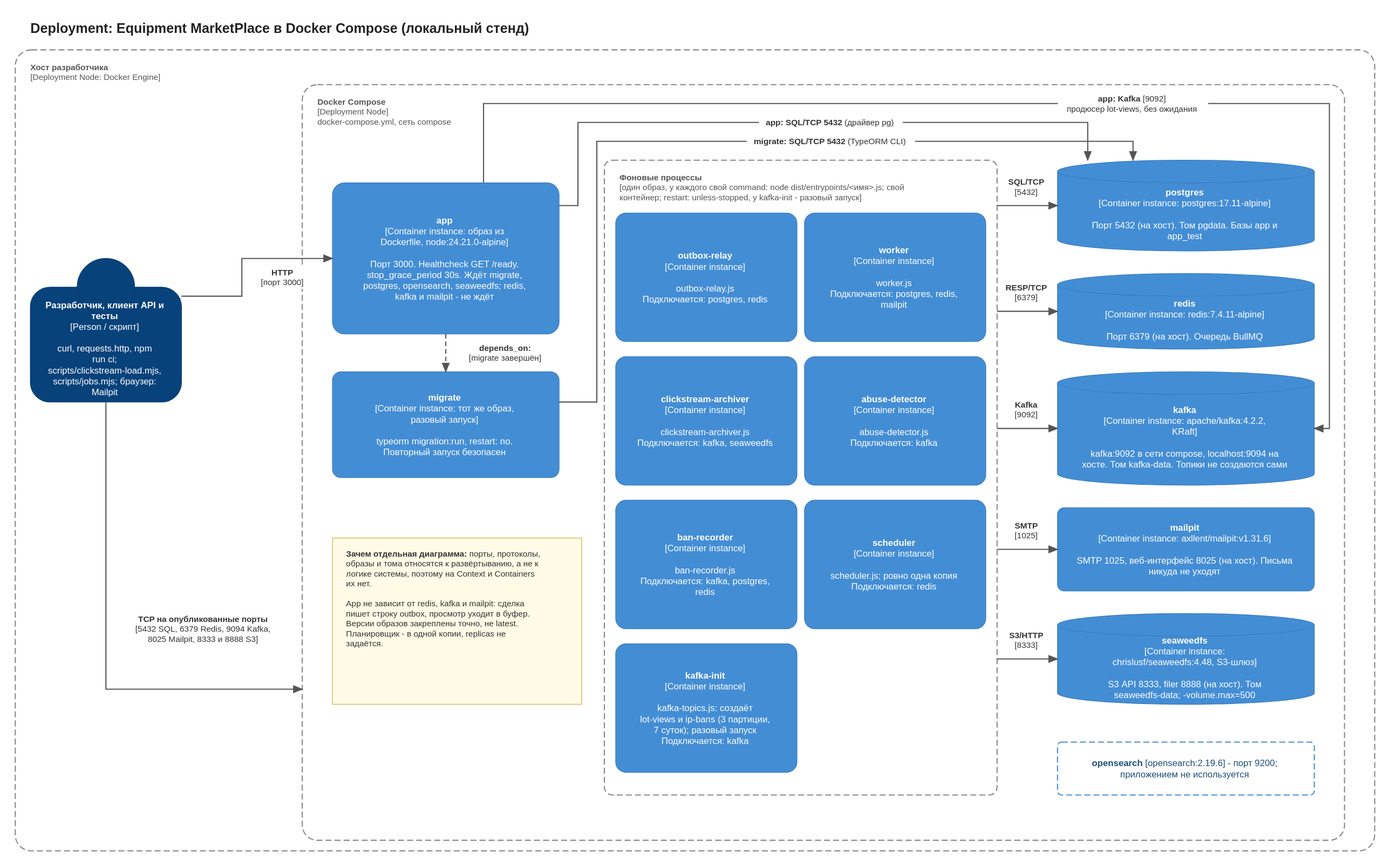
Above: docs/architecture/Deployment - Docker Compose.drawio.svg in Elaman19/system-design (draw.io), before the change. Source tidied: cells renumbered, new cells last; positions are measured from the earlier drawing's top-left corner, leaving out a move shared by most shapes.
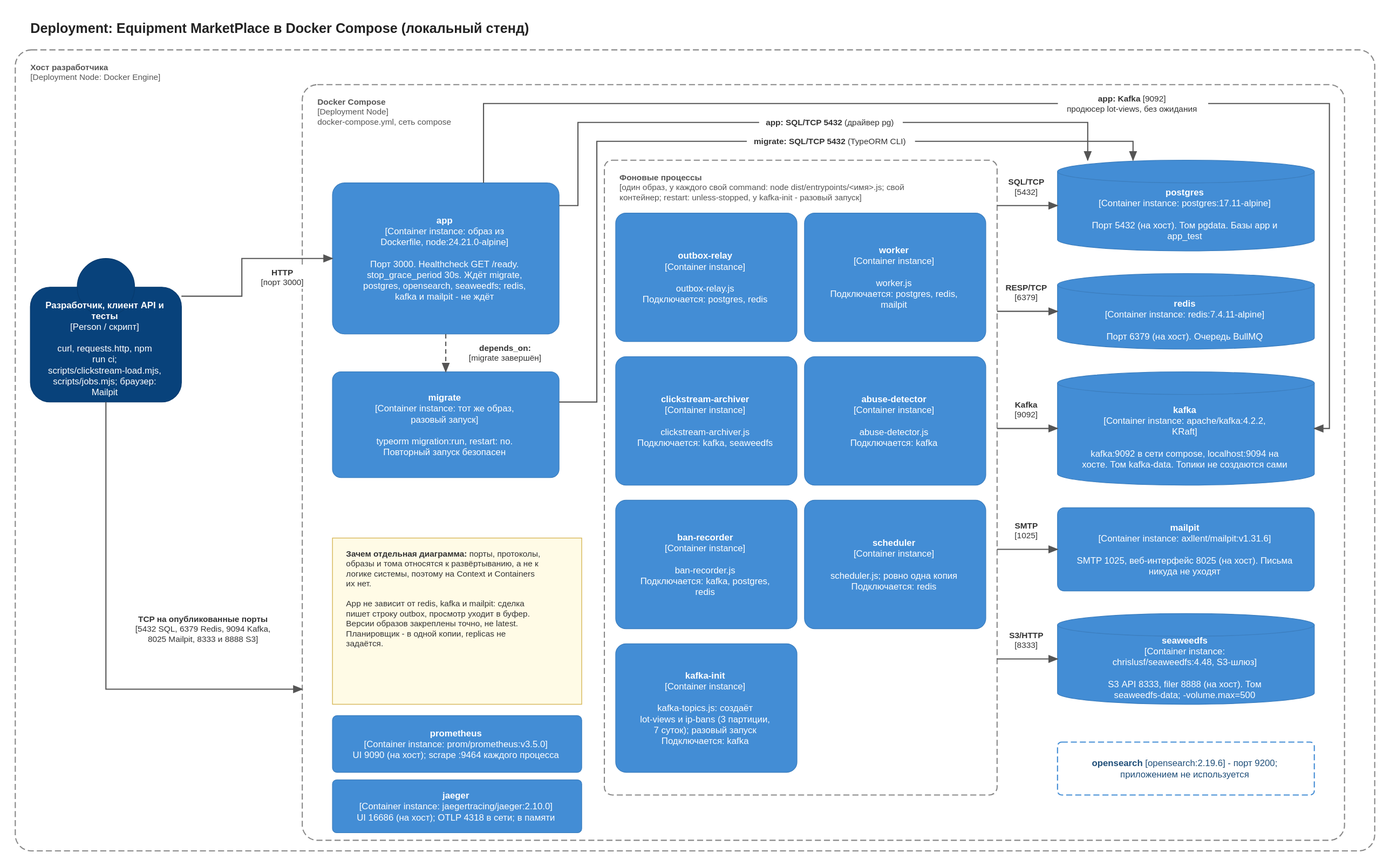
The same diagram one commit later.

Diff of the diagram source:
```diff
@@ -125,5 +125,11 @@
     <mxCell id="33" value="&lt;b&gt;S3/HTTP&lt;/b&gt;&lt;br&gt;[8333]" style="fontFamily=Helvetica;html=1;whiteSpace=wrap;fontSize=11;edgeStyle=orthogonalEdgeStyle;rounded=0;endArrow=blockThin;endFill=1;strokeColor=#555555;strokeWidth=1.5;fontColor=#333333;labelBackgroundColor=#ffffff;exitX=1.0;exitY=0.7857;entryX=0.0;entryY=0.5;" parent="1" edge="1" source="9" target="21">
       <mxGeometry relative="1" as="geometry" />
     </mxCell>
+    <mxCell id="34" value="&lt;b&gt;prometheus&lt;/b&gt;&lt;br&gt;[Container instance: prom/prometheus:v3.5.0]&lt;br&gt;UI 9090 (на хост); scrape :9464 каждого процесса" style="fontFamily=Helvetica;html=1;whiteSpace=wrap;fontSize=12;rounded=1;arcSize=8;fillColor=#438dd5;strokeColor=#3c7fc0;fontColor=#ffffff;" parent="1" vertex="1">
+      <mxGeometry x="420" y="927" width="330" height="75" as="geometry" />
+    </mxCell>
+    <mxCell id="35" value="&lt;b&gt;jaeger&lt;/b&gt;&lt;br&gt;[Container instance: jaegertracing/jaeger:2.10.0]&lt;br&gt;UI 16686 (на хост); OTLP 4318 в сети; в памяти" style="fontFamily=Helvetica;html=1;whiteSpace=wrap;fontSize=12;rounded=1;arcSize=8;fillColor=#438dd5;strokeColor=#3c7fc0;fontColor=#ffffff;" parent="1" vertex="1">
+      <mxGeometry x="420" y="1012" width="330" height="70" as="geometry" />
+    </mxCell>
   </root>
 </mxGraphModel>
```
